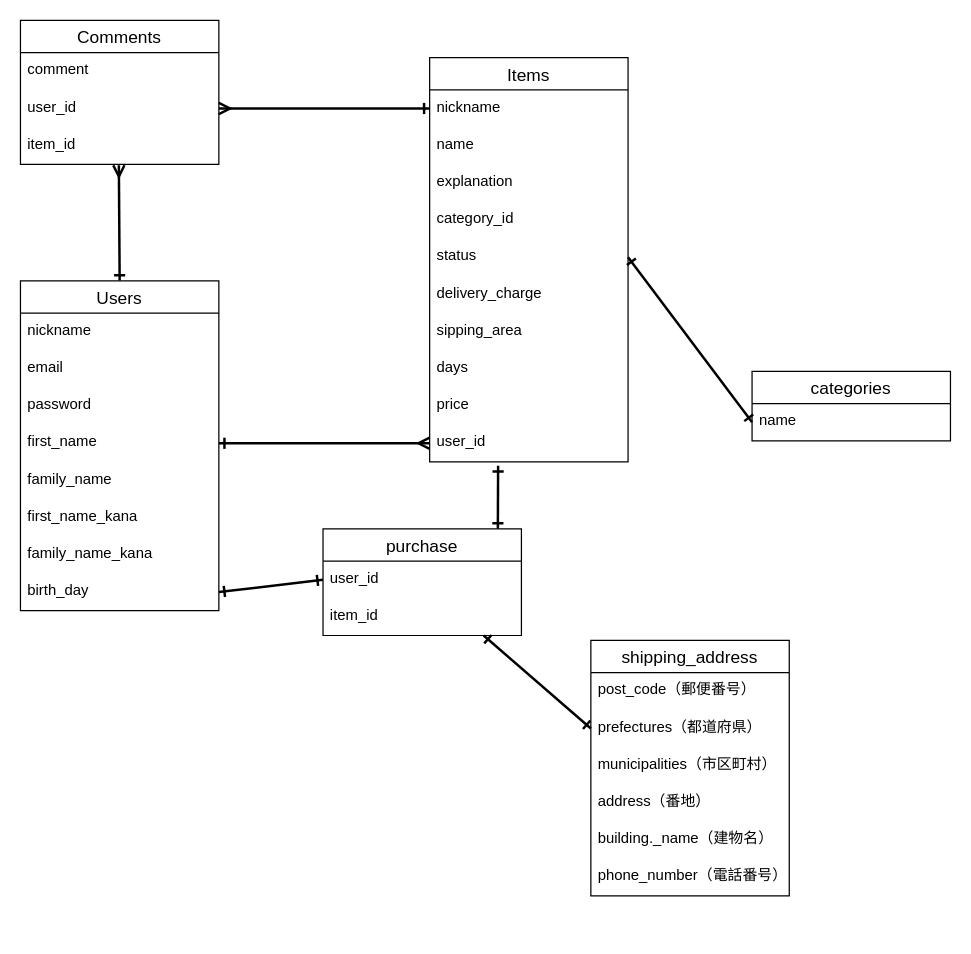
Above: databece.dio in shimi1991/furima-37284 (draw.io), before the change. Source tidied: cells renumbered, new cells numbered last; positions are measured from the earlier drawing's top-left corner, leaving out a move shared by most shapes. Both pictures are drawn from the tidied source at 124%, with x=0, y=0 at pixel (20, 20).
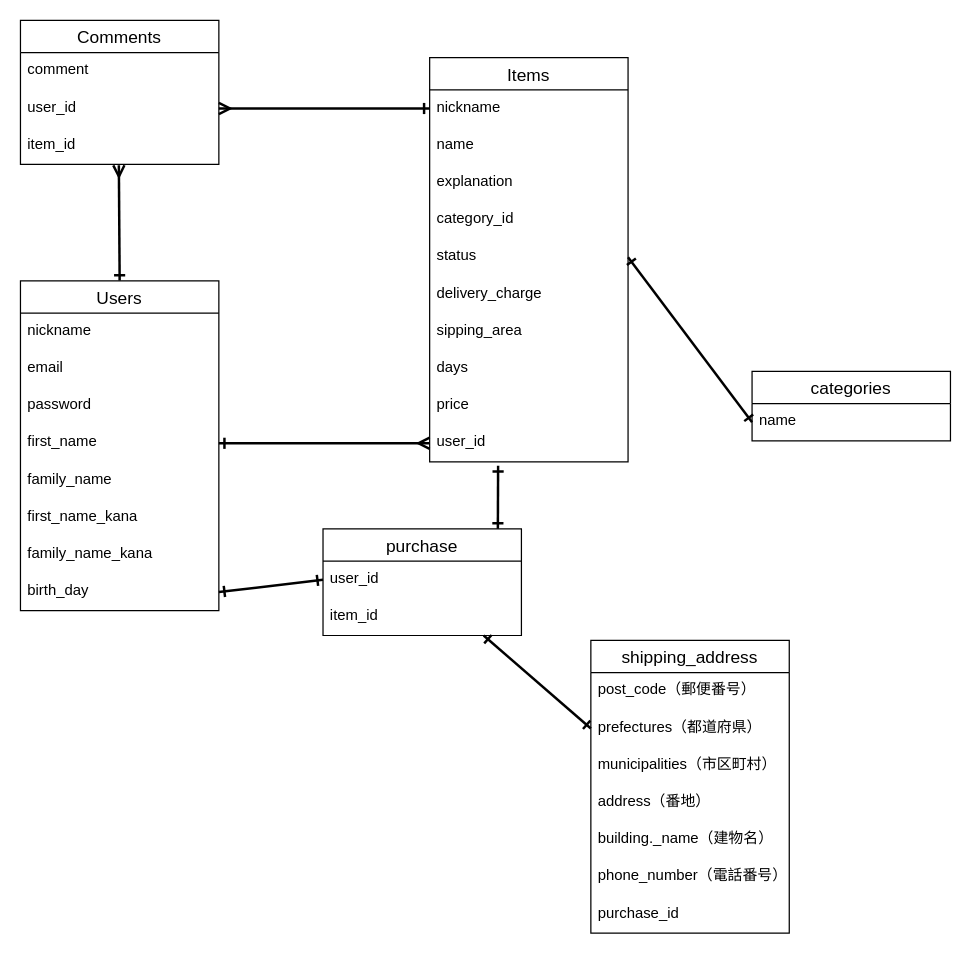
After the change.

Change to the diagram source:
```diff
@@
     <mxCell id="24" value="shipping_address" style="swimlane;fontStyle=0;horizontal=1;startSize=26;align=center;fontSize=14;" parent="1" vertex="1">
-      <mxGeometry x="460" y="500" width="160" height="206" as="geometry" />
+      <mxGeometry x="460" y="500" width="160" height="236" as="geometry" />
     </mxCell>
@@
+    <mxCell id="45" value="purchase_id" style="text;strokeColor=none;fillColor=none;spacingLeft=4;spacingRight=4;overflow=hidden;fontSize=12;" parent="24" vertex="1">
+      <mxGeometry y="206" width="160" height="30" as="geometry" />
+    </mxCell>
```
